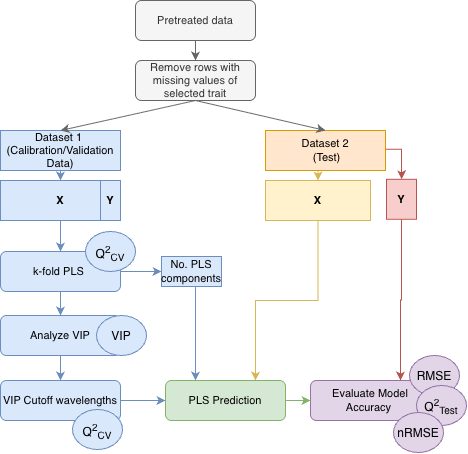
us-ja/ADAML-Hyperspectral-Soft-Sensor keeps this draw.io diagram as Documentation/flowchart.drawio.png. Above is the earlier version. Source tidied: cells renumbered, new cells last; positions are measured from the earlier drawing's top-left corner, leaving out a move shared by most shapes.
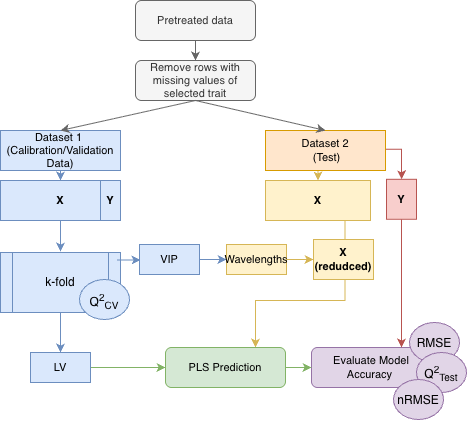
After the commit.

Change to the diagram source:
```diff
@@ -3,13 +3,20 @@
     <mxCell id="0" />
     <mxCell id="1" parent="0" />
     <mxCell id="2" style="edgeStyle=orthogonalEdgeStyle;rounded=0;jettySize=auto;html=1;fillColor=#fff2cc;strokeColor=#d6b656;entryX=0.75;entryY=0;entryDx=0;entryDy=0;" parent="1" edge="1" source="3" target="22">
-      <mxGeometry relative="1" as="geometry" />
+      <mxGeometry x="0.11" relative="1" as="geometry">
+        <Array as="points">
+          <mxPoint x="344.4" y="300" />
+          <mxPoint x="255" y="300" />
+        </Array>
+      </mxGeometry>
     </mxCell>
     <mxCell id="3" value="&lt;b&gt;X&lt;/b&gt;" style="rounded=0;whiteSpace=wrap;html=1;fontSize=11;fillColor=#fff2cc;strokeColor=#d6b656;" parent="1" vertex="1">
       <mxGeometry x="265" y="180" width="105" height="40" as="geometry" />
     </mxCell>
-    <mxCell id="4" style="edgeStyle=orthogonalEdgeStyle;rounded=0;jettySize=auto;html=1;entryX=0.5;entryY=0;entryDx=0;entryDy=0;fontSize=11;fillColor=#dae8fc;strokeColor=#6c8ebf;exitX=0.5;exitY=1;exitDx=0;exitDy=0;" parent="1" edge="1" source="25" target="19">
-      <mxGeometry relative="1" as="geometry" />
+    <mxCell id="4" style="edgeStyle=orthogonalEdgeStyle;rounded=0;jettySize=auto;html=1;entryX=0.5;entryY=0;entryDx=0;entryDy=0;fontSize=11;fillColor=#dae8fc;strokeColor=#6c8ebf;exitX=0.5;exitY=1;exitDx=0;exitDy=0;" parent="1" edge="1" source="25">
+      <mxGeometry relative="1" as="geometry">
+        <mxPoint x="60" y="251" as="targetPoint" />
+      </mxGeometry>
     </mxCell>
     <mxCell id="5" style="edgeStyle=orthogonalEdgeStyle;rounded=0;jettySize=auto;html=1;entryX=0.5;entryY=0;entryDx=0;entryDy=0;fontSize=11;fillColor=#f5f5f5;strokeColor=#666666;" parent="1" edge="1" source="6" target="8">
       <mxGeometry relative="1" as="geometry" />
@@ -49,36 +56,22 @@
     <mxCell id="15" style="endArrow=classic;html=1;rounded=0;exitX=0.5;exitY=1;exitDx=0;exitDy=0;entryX=0.5;entryY=0;entryDx=0;entryDy=0;fontSize=11;fillColor=#f5f5f5;strokeColor=#666666;" parent="1" edge="1" source="8" target="13">
       <mxGeometry relative="1" as="geometry" />
     </mxCell>
-    <mxCell id="16" style="edgeStyle=orthogonalEdgeStyle;rounded=0;jettySize=auto;html=1;entryX=0.5;entryY=0;entryDx=0;entryDy=0;fontSize=11;fillColor=#dae8fc;strokeColor=#6c8ebf;" parent="1" edge="1" source="17" target="28">
-      <mxGeometry relative="1" as="geometry" />
-    </mxCell>
-    <mxCell id="17" value="Analyze VIP" style="rounded=1;whiteSpace=wrap;html=1;fontSize=11;fillColor=#dae8fc;strokeColor=#6c8ebf;" parent="1" vertex="1">
-      <mxGeometry y="315" width="120" height="40" as="geometry" />
-    </mxCell>
-    <mxCell id="18" style="edgeStyle=orthogonalEdgeStyle;rounded=0;jettySize=auto;html=1;fontSize=11;fillColor=#dae8fc;strokeColor=#6c8ebf;" parent="1" edge="1" source="19" target="21">
-      <mxGeometry relative="1" as="geometry" />
+    <mxCell id="18" style="edgeStyle=orthogonalEdgeStyle;rounded=0;jettySize=auto;html=1;fontSize=11;fillColor=#dae8fc;strokeColor=#6c8ebf;exitX=0.5;exitY=1;exitDx=0;exitDy=0;" parent="1" edge="1" target="21">
+      <mxGeometry relative="1" as="geometry">
+        <mxPoint x="60" y="279" as="sourcePoint" />
+      </mxGeometry>
     </mxCell>
-    <mxCell id="19" value="k-fold PLS&amp;nbsp;" style="rounded=1;whiteSpace=wrap;html=1;fontSize=11;fillColor=#dae8fc;strokeColor=#6c8ebf;" parent="1" vertex="1">
-      <mxGeometry y="251" width="120" height="40" as="geometry" />
-    </mxCell>
-    <mxCell id="20" style="edgeStyle=orthogonalEdgeStyle;rounded=0;jettySize=auto;html=1;fontSize=11;fillColor=#dae8fc;strokeColor=#6c8ebf;entryX=0.25;entryY=0;entryDx=0;entryDy=0;" parent="1" edge="1" source="21" target="22">
-      <mxGeometry relative="1" as="geometry">
-        <Array as="points">
-          <mxPoint x="194" y="380" />
-        </Array>
-      </mxGeometry>
+    <mxCell id="20" style="edgeStyle=orthogonalEdgeStyle;rounded=0;jettySize=auto;html=1;fillColor=#d5e8d4;strokeColor=#82b366;" parent="1" edge="1" source="21" target="22">
+      <mxGeometry relative="1" as="geometry" />
     </mxCell>
-    <mxCell id="21" value="No. PLS components" style="rounded=0;whiteSpace=wrap;html=1;fontSize=11;fillColor=#dae8fc;strokeColor=#6c8ebf;" parent="1" vertex="1">
-      <mxGeometry x="161" y="256" width="60" height="30" as="geometry" />
+    <mxCell id="21" value="LV" style="rounded=0;whiteSpace=wrap;html=1;fontSize=11;fillColor=#dae8fc;strokeColor=#6c8ebf;" parent="1" vertex="1">
+      <mxGeometry x="30" y="352" width="60" height="30" as="geometry" />
     </mxCell>
     <mxCell id="22" value="PLS Prediction" style="rounded=1;whiteSpace=wrap;html=1;fontSize=11;fillColor=#d5e8d4;strokeColor=#82b366;" parent="1" vertex="1">
-      <mxGeometry x="165" y="380" width="120" height="40" as="geometry" />
+      <mxGeometry x="165" y="347" width="120" height="40" as="geometry" />
     </mxCell>
-    <mxCell id="23" style="edgeStyle=orthogonalEdgeStyle;rounded=0;jettySize=auto;html=1;entryX=0;entryY=0.5;entryDx=0;entryDy=0;fontSize=11;fillColor=#dae8fc;strokeColor=#6c8ebf;exitX=1;exitY=0.5;exitDx=0;exitDy=0;" parent="1" edge="1" source="28" target="22">
-      <mxGeometry relative="1" as="geometry" />
-    </mxCell>
     <mxCell id="24" value="Evaluate Model Accuracy&amp;nbsp;" style="rounded=1;whiteSpace=wrap;html=1;fontSize=11;fillColor=#e1d5e7;strokeColor=#9673a6;" parent="1" vertex="1">
-      <mxGeometry x="310" y="380" width="120" height="40" as="geometry" />
+      <mxGeometry x="311" y="347" width="120" height="40" as="geometry" />
     </mxCell>
     <mxCell id="25" value="&lt;b&gt;X&lt;/b&gt;" style="rounded=0;whiteSpace=wrap;html=1;fontSize=11;fillColor=#dae8fc;strokeColor=#6c8ebf;" parent="1" vertex="1">
       <mxGeometry y="180" width="120" height="40" as="geometry" />
@@ -86,35 +79,44 @@
     <mxCell id="26" value="&lt;b&gt;Y&lt;/b&gt;" style="rounded=0;whiteSpace=wrap;html=1;fontSize=11;fillColor=#dae8fc;strokeColor=#6c8ebf;" parent="1" vertex="1">
       <mxGeometry x="100" y="180" width="20" height="40" as="geometry" />
     </mxCell>
-    <mxCell id="27" style="edgeStyle=orthogonalEdgeStyle;rounded=0;jettySize=auto;html=1;entryX=0.5;entryY=0;entryDx=0;entryDy=0;fontSize=11;fillColor=#dae8fc;strokeColor=#6c8ebf;exitX=0.5;exitY=1;exitDx=0;exitDy=0;" parent="1" edge="1" source="19" target="17">
-      <mxGeometry relative="1" as="geometry" />
-    </mxCell>
-    <mxCell id="28" value="VIP Cutoff wavelengths" style="rounded=1;whiteSpace=wrap;html=1;fontSize=11;fillColor=#dae8fc;strokeColor=#6c8ebf;" parent="1" vertex="1">
-      <mxGeometry y="380" width="120" height="40" as="geometry" />
-    </mxCell>
     <mxCell id="29" style="edgeStyle=orthogonalEdgeStyle;rounded=0;jettySize=auto;html=1;entryX=0;entryY=0.5;entryDx=0;entryDy=0;fillColor=#d5e8d4;strokeColor=#82b366;" parent="1" edge="1" source="22" target="24">
       <mxGeometry relative="1" as="geometry" />
     </mxCell>
-    <mxCell id="30" value="VIP" style="ellipse;whiteSpace=wrap;html=1;shapeInside=1;fillColor=#dae8fc;strokeColor=#6c8ebf;" parent="1" vertex="1">
-      <mxGeometry x="96" y="315" width="50" height="40" as="geometry" />
-    </mxCell>
     <mxCell id="31" value="RMSE" style="ellipse;whiteSpace=wrap;html=1;shapeInside=1;fillColor=#e1d5e7;strokeColor=#9673a6;" parent="1" vertex="1">
-      <mxGeometry x="409" y="355" width="50" height="40" as="geometry" />
+      <mxGeometry x="409" y="322" width="50" height="40" as="geometry" />
     </mxCell>
-    <mxCell id="32" value="Q&lt;sup&gt;2&lt;/sup&gt;&lt;sub&gt;CV&lt;/sub&gt;" style="ellipse;whiteSpace=wrap;html=1;shapeInside=1;fillColor=#dae8fc;strokeColor=#6c8ebf;" parent="1" vertex="1">
-      <mxGeometry x="85" y="231" width="50" height="40" as="geometry" />
-    </mxCell>
     <mxCell id="33" value="Q&lt;sup&gt;2&lt;/sup&gt;&lt;sub&gt;Test&lt;/sub&gt;" style="ellipse;whiteSpace=wrap;html=1;shapeInside=1;fillColor=#e1d5e7;strokeColor=#9673a6;" parent="1" vertex="1">
-      <mxGeometry x="416" y="385" width="50" height="40" as="geometry" />
+      <mxGeometry x="416" y="352" width="50" height="40" as="geometry" />
     </mxCell>
     <mxCell id="34" style="edgeStyle=orthogonalEdgeStyle;rounded=0;jettySize=auto;html=1;fillColor=#f8cecc;strokeColor=#b85450;entryX=0.75;entryY=0;entryDx=0;entryDy=0;" parent="1" edge="1" source="7" target="24">
       <mxGeometry relative="1" as="geometry" />
     </mxCell>
-    <mxCell id="35" value="Q&lt;sup&gt;2&lt;/sup&gt;&lt;sub&gt;CV&lt;/sub&gt;" style="ellipse;whiteSpace=wrap;html=1;shapeInside=1;fillColor=#dae8fc;strokeColor=#6c8ebf;" parent="1" vertex="1">
-      <mxGeometry x="72" y="409" width="50" height="40" as="geometry" />
-    </mxCell>
     <mxCell id="36" value="nRMSE" style="ellipse;whiteSpace=wrap;html=1;shapeInside=1;fillColor=#e1d5e7;strokeColor=#9673a6;" parent="1" vertex="1">
-      <mxGeometry x="393" y="412" width="50" height="40" as="geometry" />
+      <mxGeometry x="393" y="379" width="50" height="40" as="geometry" />
     </mxCell>
+    <mxCell id="37" style="edgeStyle=orthogonalEdgeStyle;rounded=0;jettySize=auto;html=1;entryX=0;entryY=0.5;entryDx=0;entryDy=0;fillColor=#dae8fc;strokeColor=#6c8ebf;" parent="1" edge="1" source="30" target="40">
+      <mxGeometry relative="1" as="geometry" />
+    </mxCell>
+    <mxCell id="38" value="k-fold" style="shape=process;whiteSpace=wrap;html=1;backgroundOutline=1;fillColor=#dae8fc;strokeColor=#6c8ebf;" parent="1" vertex="1">
+      <mxGeometry y="252" width="120" height="60" as="geometry" />
+    </mxCell>
+    <mxCell id="32" value="Q&lt;sup&gt;2&lt;/sup&gt;&lt;sub&gt;CV&lt;/sub&gt;" style="ellipse;whiteSpace=wrap;html=1;shapeInside=1;fillColor=#dae8fc;strokeColor=#6c8ebf;" parent="1" vertex="1">
+      <mxGeometry x="79" y="279" width="50" height="40" as="geometry" />
+    </mxCell>
+    <mxCell id="39" style="edgeStyle=orthogonalEdgeStyle;rounded=0;jettySize=auto;html=1;fillColor=#fff2cc;strokeColor=#d6b656;" parent="1" edge="1" source="40" target="41">
+      <mxGeometry relative="1" as="geometry" />
+    </mxCell>
+    <mxCell id="40" value="Wavelengths" style="rounded=0;whiteSpace=wrap;html=1;fontSize=11;fillColor=#fff2cc;strokeColor=#d6b656;" parent="1" vertex="1">
+      <mxGeometry x="226" y="244" width="60" height="30" as="geometry" />
+    </mxCell>
+    <mxCell id="41" value="&lt;b&gt;X (redudced)&lt;/b&gt;" style="rounded=0;whiteSpace=wrap;html=1;fontSize=11;fillColor=#fff2cc;strokeColor=#d6b656;" parent="1" vertex="1">
+      <mxGeometry x="313" y="239" width="60" height="40" as="geometry" />
+    </mxCell>
+    <mxCell id="42" style="edgeStyle=orthogonalEdgeStyle;rounded=0;jettySize=auto;html=1;exitX=0.975;exitY=0.125;exitDx=0;exitDy=0;exitPerimeter=0;fillColor=#dae8fc;strokeColor=#6c8ebf;" parent="1" edge="1" source="38" target="30">
+      <mxGeometry relative="1" as="geometry" />
+    </mxCell>
+    <mxCell id="30" value="VIP" style="rounded=0;whiteSpace=wrap;html=1;fontSize=11;fillColor=#dae8fc;strokeColor=#6c8ebf;" parent="1" vertex="1">
+      <mxGeometry x="139" y="244" width="60" height="30" as="geometry" />
+    </mxCell>
   </root>
 </mxGraphModel>
```
